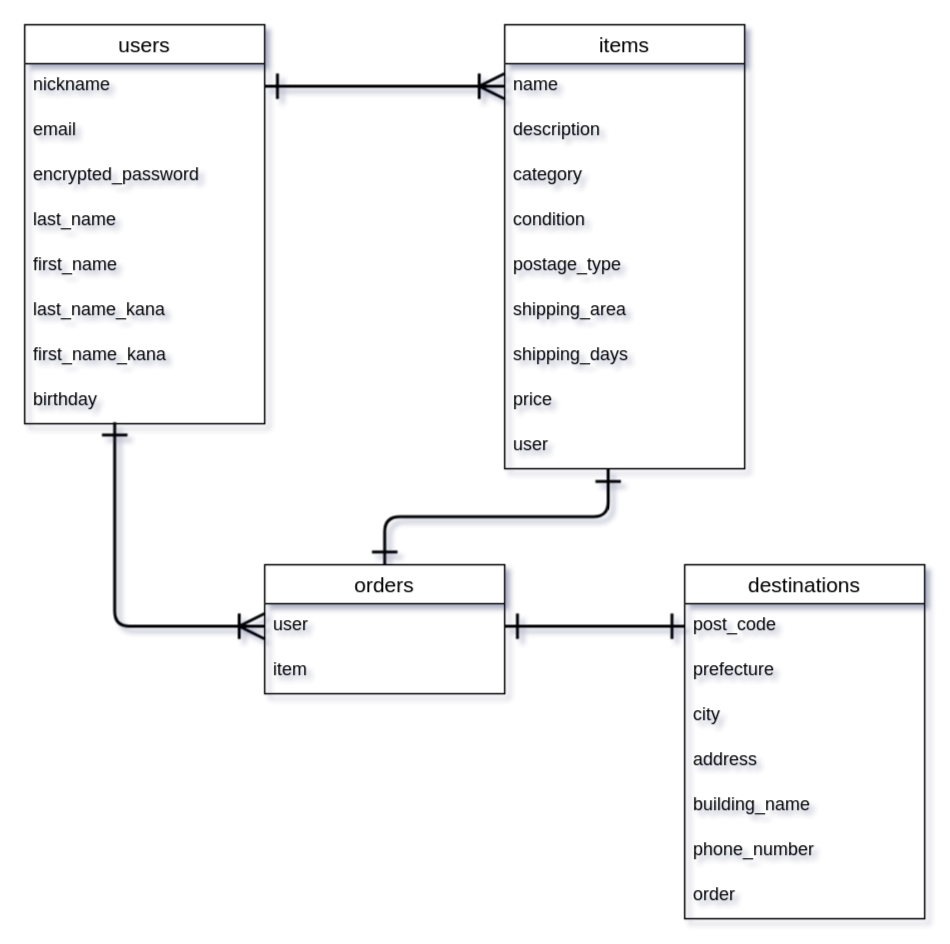
Earlier version of the draw.io diagram ER_fig.dio (serohan2021/furima-32842). Source tidied: cells renumbered, new cells numbered last; positions are measured from the earlier drawing's top-left corner, leaving out a move shared by most shapes. Both pictures are drawn from the tidied source at 150%, with x=0, y=0 at pixel (24, 24).
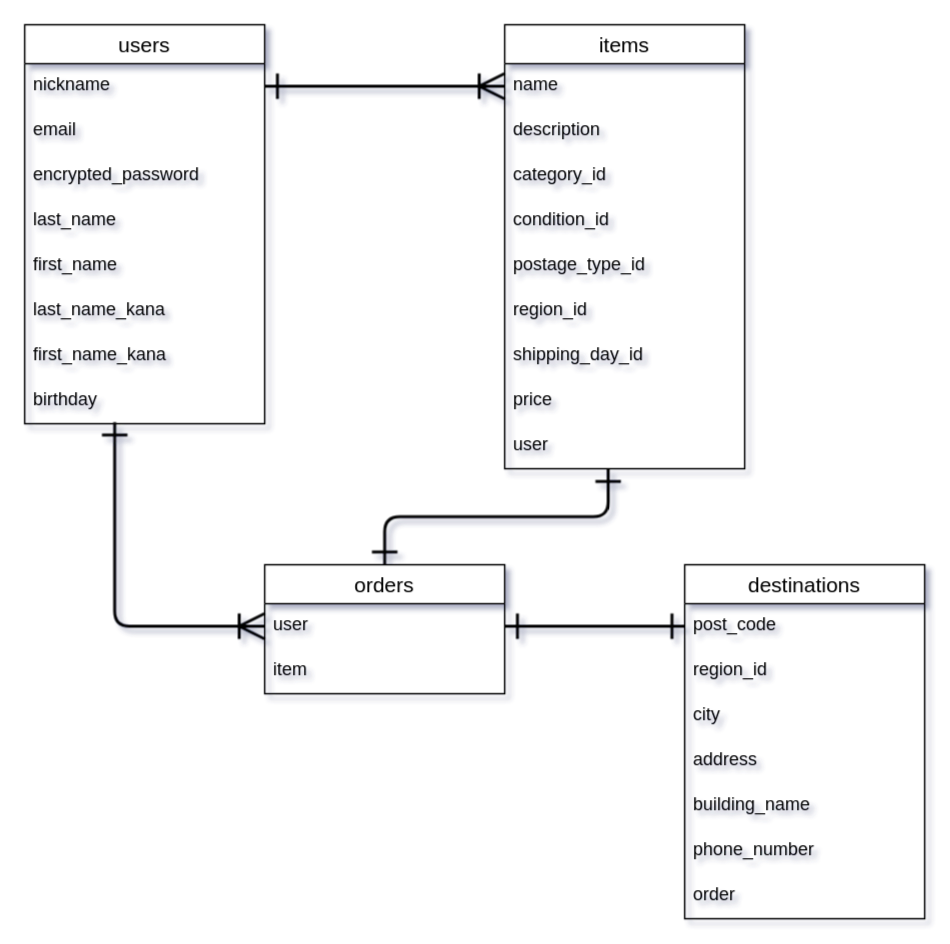
The same page after the edit.

Commit message (it also covers changes not shown here):
active_hash使用に伴うカラム名と型名の修正

READMEとER図の修正

The change refers to these unchanged cells:
```xml
<mxCell id="11" value="items" style="swimlane;fontStyle=0;horizontal=1;startSize=26;align=center;fontSize=14;html=0;" parent="1" vertex="1">
  <mxGeometry x="320" width="160" height="296" as="geometry" />
</mxCell>
<mxCell id="24" value="destinations" style="swimlane;fontStyle=0;horizontal=1;startSize=26;align=center;fontSize=14;html=0;labelBorderColor=none;" parent="1" vertex="1">
  <mxGeometry x="440" y="360" width="160" height="236" as="geometry" />
</mxCell>
```

Diff of the diagram source:
```diff
@@
-    <mxCell id="14" value="category" style="text;strokeColor=none;fillColor=none;spacingLeft=4;spacingRight=4;overflow=hidden;fontSize=12;" parent="11" vertex="1">
+    <mxCell id="14" value="category_id" style="text;strokeColor=none;fillColor=none;spacingLeft=4;spacingRight=4;overflow=hidden;fontSize=12;" parent="11" vertex="1">
       <mxGeometry y="86" width="160" height="30" as="geometry" />
     </mxCell>
-    <mxCell id="15" value="condition" style="text;strokeColor=none;fillColor=none;spacingLeft=4;spacingRight=4;overflow=hidden;fontSize=12;" parent="11" vertex="1">
+    <mxCell id="15" value="condition_id" style="text;strokeColor=none;fillColor=none;spacingLeft=4;spacingRight=4;overflow=hidden;fontSize=12;" parent="11" vertex="1">
       <mxGeometry y="116" width="160" height="30" as="geometry" />
     </mxCell>
-    <mxCell id="16" value="postage_type" style="text;strokeColor=none;fillColor=none;spacingLeft=4;spacingRight=4;overflow=hidden;fontSize=12;" parent="11" vertex="1">
+    <mxCell id="16" value="postage_type_id" style="text;strokeColor=none;fillColor=none;spacingLeft=4;spacingRight=4;overflow=hidden;fontSize=12;" parent="11" vertex="1">
       <mxGeometry y="146" width="160" height="30" as="geometry" />
     </mxCell>
-    <mxCell id="17" value="shipping_area" style="text;strokeColor=none;fillColor=none;spacingLeft=4;spacingRight=4;overflow=hidden;fontSize=12;" parent="11" vertex="1">
+    <mxCell id="17" value="region_id" style="text;strokeColor=none;fillColor=none;spacingLeft=4;spacingRight=4;overflow=hidden;fontSize=12;" parent="11" vertex="1">
       <mxGeometry y="176" width="160" height="30" as="geometry" />
     </mxCell>
-    <mxCell id="18" value="shipping_days" style="text;strokeColor=none;fillColor=none;spacingLeft=4;spacingRight=4;overflow=hidden;fontSize=12;" parent="11" vertex="1">
+    <mxCell id="18" value="shipping_day_id" style="text;strokeColor=none;fillColor=none;spacingLeft=4;spacingRight=4;overflow=hidden;fontSize=12;" parent="11" vertex="1">
       <mxGeometry y="206" width="160" height="30" as="geometry" />
     </mxCell>
@@
-    <mxCell id="26" value="prefecture" style="text;strokeColor=none;fillColor=none;spacingLeft=4;spacingRight=4;overflow=hidden;fontSize=12;" parent="24" vertex="1">
+    <mxCell id="26" value="region_id" style="text;strokeColor=none;fillColor=none;spacingLeft=4;spacingRight=4;overflow=hidden;fontSize=12;" parent="24" vertex="1">
       <mxGeometry y="56" width="160" height="30" as="geometry" />
     </mxCell>
```
